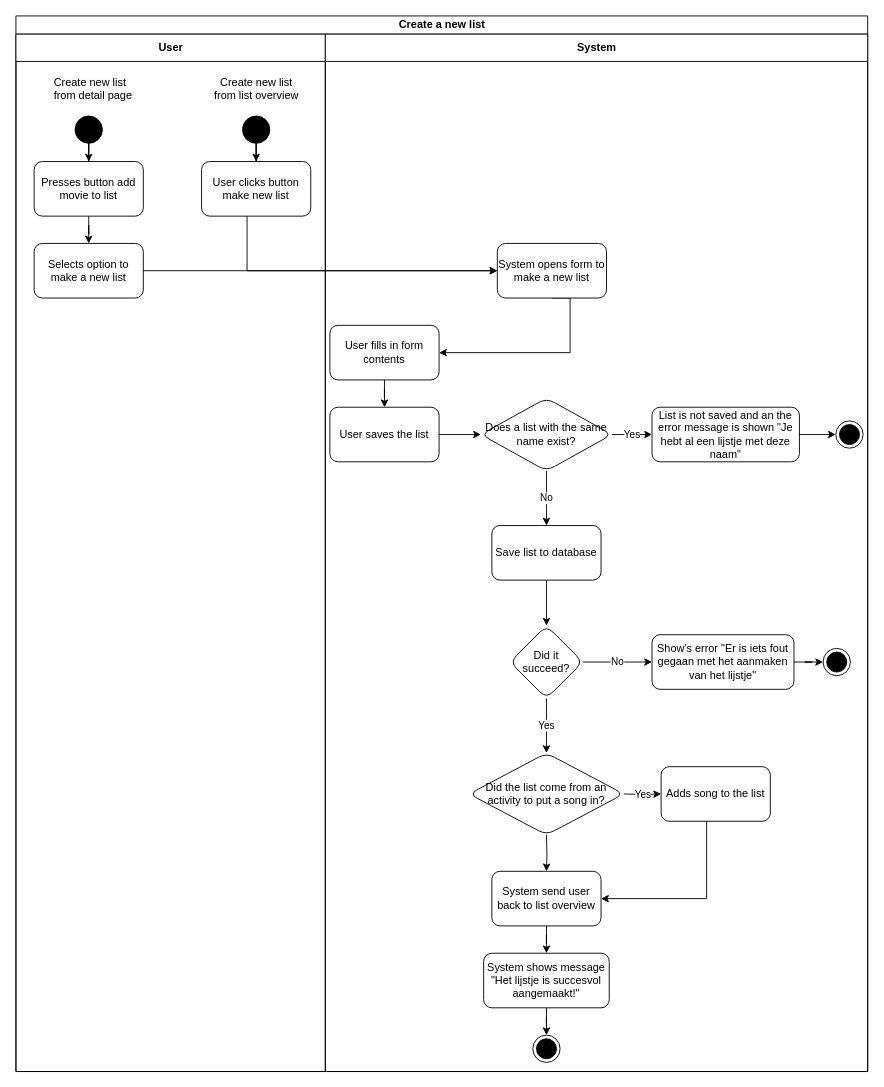
Before: Periode1.3/Project management/Flow/Making a list.drawio in Sno3t/EverythingSchool, a draw.io diagram. Source tidied: cells renumbered, new cells numbered last; positions are measured from the earlier drawing's top-left corner, leaving out a move shared by most shapes. Both pictures are drawn from the tidied source at 91%, with x=0, y=0 at pixel (15, 15).
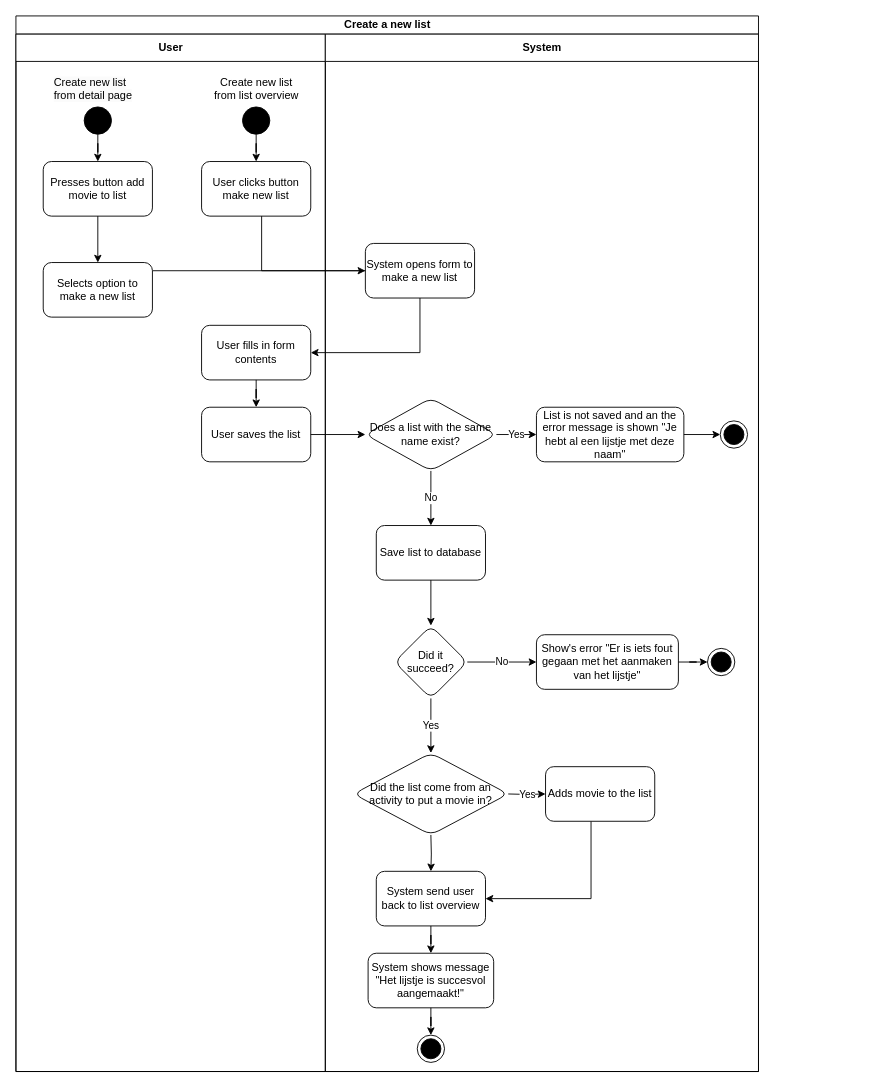
Above is the later version.

Unchanged cells that the change refers to:
```xml
<mxCell id="3" value="User" style="swimlane;startSize=30;html=1;" parent="2" vertex="1">
  <mxGeometry y="20" width="340" height="1140" as="geometry" />
</mxCell>
<mxCell id="4" value="User clicks button make new list" style="rounded=1;whiteSpace=wrap;html=1;" parent="3" vertex="1">
  <mxGeometry x="204" y="140" width="120" height="60" as="geometry" />
</mxCell>
```

The edit, as a diff of the source:
```diff
@@
     <mxCell id="2" value="Create a new list" style="swimlane;startSize=20;html=1;" parent="1" vertex="1">
-      <mxGeometry width="936" height="1160" as="geometry" />
+      <mxGeometry width="816" height="1160" as="geometry" />
     </mxCell>
+    <mxCell id="45" style="edgeStyle=orthogonalEdgeStyle;rounded=0;jettySize=auto;html=1;entryX=0;entryY=0.5;entryDx=0;entryDy=0;" parent="2" edge="1" source="12" target="20">
+      <mxGeometry relative="1" as="geometry">
+        <Array as="points">
+          <mxPoint x="384" y="281" />
+        </Array>
+      </mxGeometry>
+    </mxCell>
@@
     <mxCell id="7" style="ellipse;fillColor=strokeColor;" parent="3" vertex="1">
-      <mxGeometry x="249" y="90" width="30" height="30" as="geometry" />
+      <mxGeometry x="249" y="80" width="30" height="30" as="geometry" />
     </mxCell>
@@
     <mxCell id="9" style="ellipse;fillColor=strokeColor;" parent="3" vertex="1">
-      <mxGeometry x="65" y="90" width="30" height="30" as="geometry" />
+      <mxGeometry x="75" y="80" width="30" height="30" as="geometry" />
     </mxCell>
     <mxCell id="10" value="Presses button add movie to list" style="rounded=1;whiteSpace=wrap;html=1;" parent="3" vertex="1">
-      <mxGeometry x="20" y="140" width="120" height="60" as="geometry" />
+      <mxGeometry x="30" y="140" width="120" height="60" as="geometry" />
     </mxCell>
@@
     <mxCell id="12" value="Selects option to make a new list" style="whiteSpace=wrap;html=1;rounded=1;" parent="3" vertex="1">
-      <mxGeometry x="20" y="230" width="120" height="60" as="geometry" />
+      <mxGeometry x="30" y="251" width="120" height="60" as="geometry" />
     </mxCell>
-    <mxCell id="13" style="edgeStyle=orthogonalEdgeStyle;rounded=0;jettySize=auto;html=1;" parent="3" edge="1" source="10" target="12">
+    <mxCell id="13" style="edgeStyle=orthogonalEdgeStyle;rounded=0;jettySize=auto;html=1;entryX=0.5;entryY=0;entryDx=0;entryDy=0;" parent="3" edge="1" source="10" target="12">
       <mxGeometry relative="1" as="geometry" />
     </mxCell>
-    <mxCell id="14" value="System" style="swimlane;startSize=30;html=1;" parent="2" vertex="1">
-      <mxGeometry x="340" y="20" width="596" height="1140" as="geometry" />
-    </mxCell>
-    <mxCell id="15" value="User fills in form contents" style="whiteSpace=wrap;html=1;rounded=1;" parent="14" vertex="1">
-      <mxGeometry x="5" y="320" width="120" height="60" as="geometry" />
+    <mxCell id="15" value="User fills in form contents" style="whiteSpace=wrap;html=1;rounded=1;" parent="3" vertex="1">
+      <mxGeometry x="204" y="320" width="120" height="60" as="geometry" />
     </mxCell>
-    <mxCell id="16" value="User saves the list" style="whiteSpace=wrap;html=1;rounded=1;" parent="14" vertex="1">
-      <mxGeometry x="5" y="410" width="120" height="60" as="geometry" />
+    <mxCell id="16" value="User saves the list" style="whiteSpace=wrap;html=1;rounded=1;" parent="3" vertex="1">
+      <mxGeometry x="204" y="410" width="120" height="60" as="geometry" />
     </mxCell>
-    <mxCell id="17" style="edgeStyle=orthogonalEdgeStyle;rounded=0;jettySize=auto;html=1;" parent="14" edge="1" source="15" target="16">
+    <mxCell id="17" style="edgeStyle=orthogonalEdgeStyle;rounded=0;jettySize=auto;html=1;" parent="3" edge="1" source="15" target="16">
       <mxGeometry relative="1" as="geometry" />
     </mxCell>
-    <mxCell id="18" style="edgeStyle=orthogonalEdgeStyle;rounded=0;jettySize=auto;html=1;exitX=0.5;exitY=1;exitDx=0;exitDy=0;" parent="14" edge="1" source="20" target="15">
-      <mxGeometry relative="1" as="geometry">
-        <Array as="points">
-          <mxPoint x="269" y="350" />
-        </Array>
-      </mxGeometry>
-    </mxCell>
-    <mxCell id="19" style="edgeStyle=orthogonalEdgeStyle;rounded=0;jettySize=auto;html=1;" parent="14" edge="1" source="16" target="21">
-      <mxGeometry relative="1" as="geometry" />
-    </mxCell>
+    <mxCell id="14" value="System" style="swimlane;startSize=30;html=1;" parent="2" vertex="1">
+      <mxGeometry x="340" y="20" width="476" height="1140" as="geometry" />
+    </mxCell>
     <mxCell id="20" value="System opens form to make a new list" style="whiteSpace=wrap;html=1;rounded=1;" parent="14" vertex="1">
-      <mxGeometry x="189" y="230" width="120" height="60" as="geometry" />
+      <mxGeometry x="44" y="230" width="120" height="60" as="geometry" />
     </mxCell>
     <mxCell id="21" value="Does a list with the same name exist?" style="rhombus;whiteSpace=wrap;html=1;rounded=1;" parent="14" vertex="1">
-      <mxGeometry x="171" y="400" width="144" height="80" as="geometry" />
+      <mxGeometry x="44" y="400" width="144" height="80" as="geometry" />
     </mxCell>
     <mxCell id="22" value="List is not saved and an the error message is shown &quot;Je hebt al een lijstje met deze naam&quot;" style="whiteSpace=wrap;html=1;rounded=1;" parent="14" vertex="1">
-      <mxGeometry x="359" y="410" width="162" height="60" as="geometry" />
+      <mxGeometry x="232" y="410" width="162" height="60" as="geometry" />
     </mxCell>
@@
     <mxCell id="24" value="System send user back to list overview" style="whiteSpace=wrap;html=1;rounded=1;" parent="14" vertex="1">
-      <mxGeometry x="183" y="920" width="120" height="60" as="geometry" />
+      <mxGeometry x="56" y="920" width="120" height="60" as="geometry" />
     </mxCell>
     <mxCell id="25" value="System shows message &quot;Het lijstje is succesvol aangemaakt!&quot;" style="whiteSpace=wrap;html=1;rounded=1;" parent="14" vertex="1">
-      <mxGeometry x="174" y="1010" width="138" height="60" as="geometry" />
+      <mxGeometry x="47" y="1010" width="138" height="60" as="geometry" />
     </mxCell>
@@
     <mxCell id="27" style="ellipse;html=1;shape=endState;fillColor=strokeColor;" parent="14" vertex="1">
-      <mxGeometry x="561" y="425" width="30" height="30" as="geometry" />
+      <mxGeometry x="434" y="425" width="30" height="30" as="geometry" />
     </mxCell>
@@
     <mxCell id="29" style="ellipse;html=1;shape=endState;fillColor=strokeColor;" parent="14" vertex="1">
-      <mxGeometry x="228" y="1100" width="30" height="30" as="geometry" />
+      <mxGeometry x="101" y="1100" width="30" height="30" as="geometry" />
     </mxCell>
@@
     <mxCell id="31" style="edgeStyle=orthogonalEdgeStyle;rounded=0;jettySize=auto;html=1;" parent="14" edge="1" target="24">
       <mxGeometry relative="1" as="geometry">
-        <mxPoint x="243" y="880" as="sourcePoint" />
+        <mxPoint x="116" y="880" as="sourcePoint" />
       </mxGeometry>
     </mxCell>
-    <mxCell id="32" value="Did the list come from an activity to put a song in?" style="rhombus;whiteSpace=wrap;html=1;rounded=1;" parent="14" vertex="1">
-      <mxGeometry x="158" y="790" width="170" height="90" as="geometry" />
+    <mxCell id="32" value="Did the list come from an activity to put a movie in?" style="rhombus;whiteSpace=wrap;html=1;rounded=1;" parent="14" vertex="1">
+      <mxGeometry x="31" y="790" width="170" height="90" as="geometry" />
     </mxCell>
     <mxCell id="33" value="Save list to database" style="whiteSpace=wrap;html=1;rounded=1;" parent="14" vertex="1">
-      <mxGeometry x="183" y="540" width="120" height="60" as="geometry" />
+      <mxGeometry x="56" y="540" width="120" height="60" as="geometry" />
     </mxCell>
@@
     <mxCell id="35" style="edgeStyle=orthogonalEdgeStyle;rounded=0;jettySize=auto;html=1;entryX=1;entryY=0.5;entryDx=0;entryDy=0;" parent="14" edge="1" source="36" target="24">
       <mxGeometry relative="1" as="geometry">
         <Array as="points">
-          <mxPoint x="419" y="950" />
+          <mxPoint x="292" y="950" />
         </Array>
       </mxGeometry>
     </mxCell>
-    <mxCell id="36" value="Adds song to the list" style="whiteSpace=wrap;html=1;rounded=1;" parent="14" vertex="1">
-      <mxGeometry x="369" y="805" width="120" height="60" as="geometry" />
+    <mxCell id="36" value="Adds movie to the list" style="whiteSpace=wrap;html=1;rounded=1;" parent="14" vertex="1">
+      <mxGeometry x="242" y="805" width="120" height="60" as="geometry" />
     </mxCell>
     <mxCell id="37" value="Yes" style="edgeStyle=orthogonalEdgeStyle;rounded=0;jettySize=auto;html=1;" parent="14" edge="1" target="36">
       <mxGeometry relative="1" as="geometry">
-        <mxPoint x="328" y="835" as="sourcePoint" />
+        <mxPoint x="201" y="835" as="sourcePoint" />
       </mxGeometry>
     </mxCell>
     <mxCell id="38" value="Yes" style="edgeStyle=orthogonalEdgeStyle;rounded=0;jettySize=auto;html=1;" parent="14" edge="1" source="39">
       <mxGeometry relative="1" as="geometry">
-        <mxPoint x="243" y="790" as="targetPoint" />
+        <mxPoint x="116" y="790" as="targetPoint" />
       </mxGeometry>
     </mxCell>
     <mxCell id="39" value="Did it succeed?" style="rhombus;whiteSpace=wrap;html=1;rounded=1;" parent="14" vertex="1">
-      <mxGeometry x="203" y="650" width="80" height="80" as="geometry" />
+      <mxGeometry x="76" y="650" width="80" height="80" as="geometry" />
     </mxCell>
@@
     <mxCell id="41" value="Show's error &quot;Er is iets fout gegaan met het aanmaken van het lijstje&quot;" style="whiteSpace=wrap;html=1;rounded=1;" parent="14" vertex="1">
-      <mxGeometry x="359" y="660" width="156" height="60" as="geometry" />
+      <mxGeometry x="232" y="660" width="156" height="60" as="geometry" />
     </mxCell>
@@
     <mxCell id="44" style="ellipse;html=1;shape=endState;fillColor=strokeColor;" parent="14" vertex="1">
-      <mxGeometry x="547" y="675" width="30" height="30" as="geometry" />
+      <mxGeometry x="420" y="675" width="30" height="30" as="geometry" />
     </mxCell>
-    <mxCell id="45" style="edgeStyle=orthogonalEdgeStyle;rounded=0;jettySize=auto;html=1;" parent="2" edge="1" source="12" target="20">
-      <mxGeometry relative="1" as="geometry" />
-    </mxCell>
+    <mxCell id="18" style="edgeStyle=orthogonalEdgeStyle;rounded=0;jettySize=auto;html=1;exitX=0.5;exitY=1;exitDx=0;exitDy=0;" parent="2" edge="1" source="20" target="15">
+      <mxGeometry relative="1" as="geometry">
+        <Array as="points">
+          <mxPoint x="444" y="370" />
+        </Array>
+      </mxGeometry>
+    </mxCell>
+    <mxCell id="19" style="edgeStyle=orthogonalEdgeStyle;rounded=0;jettySize=auto;html=1;" parent="2" edge="1" source="16" target="21">
+      <mxGeometry relative="1" as="geometry" />
+    </mxCell>
-    <mxCell id="46" style="edgeStyle=orthogonalEdgeStyle;rounded=0;jettySize=auto;html=1;entryX=0;entryY=0.5;entryDx=0;entryDy=0;" parent="2" edge="1" source="4" target="20">
+    <mxCell id="46" style="edgeStyle=orthogonalEdgeStyle;rounded=0;jettySize=auto;html=1;entryX=0;entryY=0.5;entryDx=0;entryDy=0;endArrow=none;endFill=0;" parent="2" edge="1" source="4" target="20">
       <mxGeometry relative="1" as="geometry">
         <Array as="points">
-          <mxPoint x="254" y="280" />
+          <mxPoint x="270" y="280" />
         </Array>
       </mxGeometry>
     </mxCell>
```
